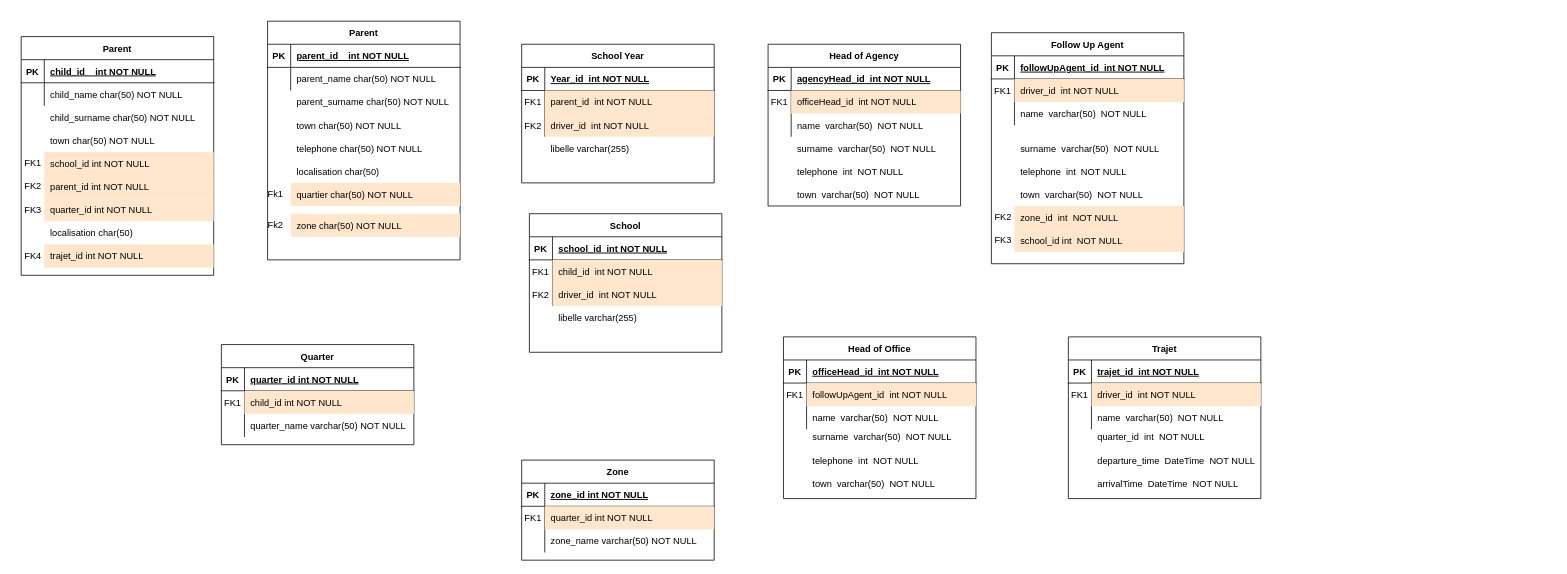
The draw.io diagram ApplicationSuiviTransEnfants.drawio in ngwessebrice/Draw.ioPropreitor, before the edit. Source tidied: cells renumbered, new cells numbered last; positions are measured from the earlier drawing's top-left corner, leaving out a move shared by most shapes. Both pictures are drawn from the tidied source at 77%, with x=0, y=0 at pixel (13, 21).
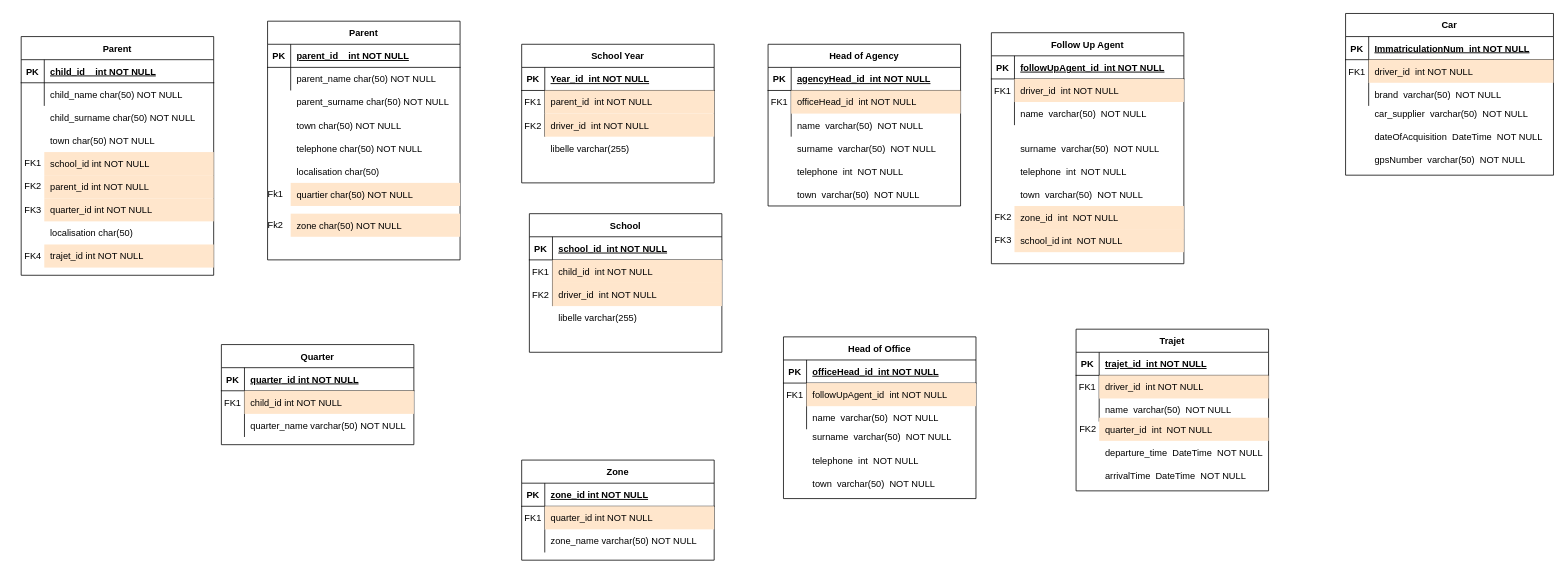
After the change.

Change to the diagram source:
```diff
@@
     <mxCell id="127" style="group;" parent="1" vertex="1">
-      <mxGeometry x="1370" y="410" width="250" height="210" as="geometry" />
+      <mxGeometry x="1380" y="400" width="250" height="210" as="geometry" />
     </mxCell>
@@
-    <mxCell id="138" value="quarter_id  int  NOT NULL" style="shape=partialRectangle;overflow=hidden;fillColor=none;top=0;left=0;bottom=0;right=0;align=left;spacingLeft=6;" parent="127" vertex="1">
+    <mxCell id="138" value="quarter_id  int  NOT NULL" style="shape=partialRectangle;overflow=hidden;fillColor=#ffe6cc;top=0;left=0;bottom=0;right=0;align=left;spacingLeft=6;strokeColor=#d79b00;" parent="127" vertex="1">
       <mxGeometry x="30" y="115" width="220" height="30" as="geometry" />
     </mxCell>
@@
+    <mxCell id="141" value="FK2" style="text;html=1;align=center;verticalAlign=middle;strokeColor=none;fillColor=none;" parent="127" vertex="1">
+      <mxGeometry x="-10" y="115" width="50" height="30" as="geometry" />
+    </mxCell>
+    <mxCell id="142" style="group;" parent="1" vertex="1">
+      <mxGeometry x="1730" y="-10" width="270" height="360" as="geometry" />
+    </mxCell>
+    <mxCell id="143" value="Car" style="shape=table;startSize=30;childLayout=tableLayout;rowLines=0;fontStyle=1;align=center;" parent="142" vertex="1">
+      <mxGeometry width="270" height="210" as="geometry" />
+    </mxCell>
+    <mxCell id="144" style="shape=partialRectangle;fillColor=none;top=0;left=0;right=0;bottom=1;" parent="143" vertex="1">
+      <mxGeometry y="30" width="270" height="30" as="geometry" />
+    </mxCell>
+    <mxCell id="145" value="PK" style="shape=partialRectangle;overflow=hidden;fillColor=none;top=0;left=0;bottom=0;right=0;fontStyle=1;" parent="144" vertex="1">
+      <mxGeometry width="30" height="30" as="geometry" />
+    </mxCell>
+    <mxCell id="146" value="ImmatriculationNum  int NOT NULL" style="shape=partialRectangle;overflow=hidden;fillColor=none;top=0;left=0;bottom=0;right=0;align=left;spacingLeft=6;fontStyle=5;" parent="144" vertex="1">
+      <mxGeometry x="30" width="240" height="30" as="geometry" />
+    </mxCell>
+    <mxCell id="147" style="shape=partialRectangle;fillColor=none;top=0;left=0;right=0;bottom=0;" parent="143" vertex="1">
+      <mxGeometry y="60" width="270" height="30" as="geometry" />
+    </mxCell>
+    <mxCell id="148" value="FK1" style="shape=partialRectangle;overflow=hidden;fillColor=none;top=0;left=0;bottom=0;right=0;" parent="147" vertex="1">
+      <mxGeometry width="30" height="30" as="geometry" />
+    </mxCell>
+    <mxCell id="149" value="driver_id  int NOT NULL" style="shape=partialRectangle;overflow=hidden;fillColor=#ffe6cc;top=0;left=0;bottom=0;right=0;align=left;spacingLeft=6;strokeColor=#d79b00;" parent="147" vertex="1">
+      <mxGeometry x="30" width="240" height="30" as="geometry" />
+    </mxCell>
+    <mxCell id="150" style="shape=partialRectangle;fillColor=none;top=0;left=0;right=0;bottom=0;" parent="143" vertex="1">
+      <mxGeometry y="90" width="270" height="30" as="geometry" />
+    </mxCell>
+    <mxCell id="151" style="shape=partialRectangle;overflow=hidden;fillColor=none;top=0;left=0;bottom=0;right=0;" parent="150" vertex="1">
+      <mxGeometry width="30" height="30" as="geometry" />
+    </mxCell>
+    <mxCell id="152" value="brand  varchar(50)  NOT NULL" style="shape=partialRectangle;overflow=hidden;fillColor=none;top=0;left=0;bottom=0;right=0;align=left;spacingLeft=6;" parent="150" vertex="1">
+      <mxGeometry x="30" width="240" height="30" as="geometry" />
+    </mxCell>
+    <mxCell id="153" value="car_supplier  varchar(50)  NOT NULL" style="shape=partialRectangle;overflow=hidden;fillColor=none;top=0;left=0;bottom=0;right=0;align=left;spacingLeft=6;" parent="142" vertex="1">
+      <mxGeometry x="30" y="115" width="220" height="30" as="geometry" />
+    </mxCell>
+    <mxCell id="154" value="dateOfAcquisition  DateTime  NOT NULL" style="shape=partialRectangle;overflow=hidden;fillColor=none;top=0;left=0;bottom=0;right=0;align=left;spacingLeft=6;" parent="142" vertex="1">
+      <mxGeometry x="30" y="145" width="240" height="30" as="geometry" />
+    </mxCell>
+    <mxCell id="155" value="gpsNumber  varchar(50)  NOT NULL" style="shape=partialRectangle;overflow=hidden;fillColor=none;top=0;left=0;bottom=0;right=0;align=left;spacingLeft=6;" parent="142" vertex="1">
+      <mxGeometry x="30" y="175" width="220" height="30" as="geometry" />
+    </mxCell>
```
